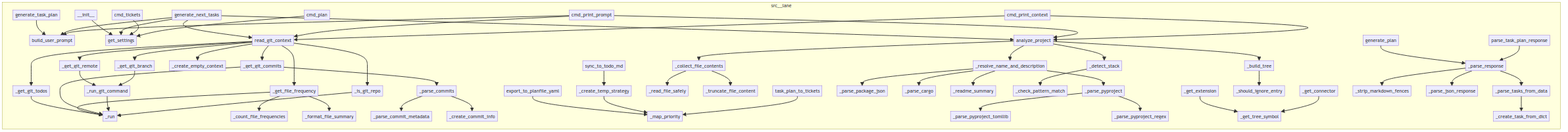
The Mermaid diagram project/calls.png in semcod/nxdo, before a commit. Its source is kept beside it as project/calls.mmd.
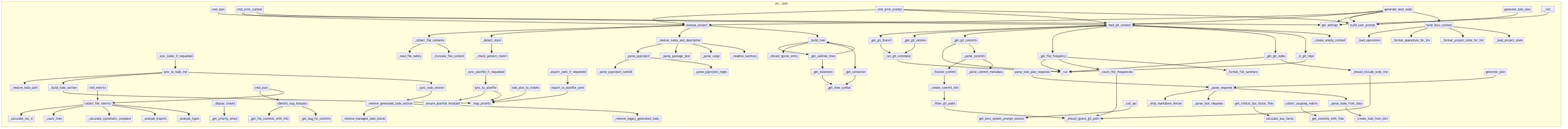
The same file after the commit.

Diff of the diagram source:
```diff
@@ -1,59 +1,97 @@
 flowchart LR
     subgraph src__lane
+        src__lane__providers__openai_compat___parse_tasks_from_data["_parse_tasks_from_data"]
+        src__lane__git_reader___should_include_todo_line["_should_include_todo_line"]
+        src__lane__metrics__coupling__collect_coupling_matrix["collect_coupling_matrix"]
+        src__lane__llm_client__OpenAICompatibleLLMClient__generate_task_plan["generate_task_plan"]
+        src__lane__koru_context__build_koru_context["build_koru_context"]
+        src__lane__git_reader___create_empty_context["_create_empty_context"]
+        src__lane__ticket_generator___remove_generated_todo_sections["_remove_generated_todo_section"]
+        src__lane__metrics__complexity___count_lines["_count_lines"]
+        src__lane__project_analyzer___check_pattern_match["_check_pattern_match"]
+        src__lane__project_analyzer___truncate_file_content["_truncate_file_content"]
+        src__lane__metrics__complexity___calculate_fan_in["_calculate_fan_in"]
+        src__lane__project_analyzer___parse_cargo["_parse_cargo"]
+        src__lane__providers__openai_compat___create_task_from_dict["_create_task_from_dict"]
         src__lane__llm_client__build_user_prompt["build_user_prompt"]
+        src__lane__ticket_generator__sync_to_todo_md["sync_to_todo_md"]
+        src__lane__cli___export_yaml_if_requested["_export_yaml_if_requested"]
+        src__lane__cli__cmd_auto["cmd_auto"]
+        src__lane__ticket_generator___ensure_planfile_installed["_ensure_planfile_installed"]
+        src__lane__project_analyzer___detect_stack["_detect_stack"]
         src__lane__project_analyzer___parse_pyproject_tomllib["_parse_pyproject_tomllib"]
+        src__lane__providers__openai_compat___strip_markdown_fences["_strip_markdown_fences"]
+        src__lane__project_analyzer__analyze_project["analyze_project"]
+        src__lane__cli___sync_todos_if_requested["_sync_todos_if_requested"]
         src__lane__git_reader___is_git_repo["_is_git_repo"]
+        src__lane__ticket_generator___resolve_todo_path["_resolve_todo_path"]
+        src__lane__koru_context___format_project_state_for_llm["_format_project_state_for_llm"]
+        src__lane__providers__openai_compat___parse_json_response["_parse_json_response"]
+        src__lane__git_reader___parse_commit_metadata["_parse_commit_metadata"]
+        src__lane__git_reader___count_file_frequencies["_count_file_frequencies"]
+        src__lane__planner__generate_next_tasks["generate_next_tasks"]
+        src__lane__koru_context___load_operations["_load_operations"]
+        src__lane__providers__openai_compat__OpenAICompatProvider____init__["__init__"]
+        src__lane__ticket_generator___remove_legacy_generated_todo_sections["_remove_legacy_generated_todo_"]
+        src__lane__metrics__hotspots___get_bug_fix_commits["_get_bug_fix_commits"]
+        src__lane__providers__openai_compat___parse_response["_parse_response"]
+        src__lane__git_reader___format_file_summary["_format_file_summary"]
+        src__lane__cli___sync_planfile_if_requested["_sync_planfile_if_requested"]
+        src__lane__koru_context__get_koru_system_prompt_extension["get_koru_system_prompt_extensi"]
+        src__lane__project_analyzer___collect_file_contents["_collect_file_contents"]
+        src__lane__project_analyzer___parse_package_json["_parse_package_json"]
+        src__lane__git_reader___create_commit_info["_create_commit_info"]
+        src__lane__git_reader___get_git_remote["_get_git_remote"]
+        src__lane__cli___get_priority_emoji["_get_priority_emoji"]
+        src__lane__metrics__complexity___analyze_types["_analyze_types"]
+        src__lane__cli__cmd_metrics["cmd_metrics"]
+        src__lane__ticket_generator__sync_to_planfile["sync_to_planfile"]
+        src__lane__metrics__complexity___calculate_cyclomatic_complexity["_calculate_cyclomatic_complexi"]
+        src__lane__metrics__complexity__collect_file_metrics["collect_file_metrics"]
+        src__lane__git_reader___parse_commits["_parse_commits"]
+        src__lane__git_reader___finalize_commit["_finalize_commit"]
+        src__lane__git_reader___get_git_todos["_get_git_todos"]
+        src__lane__metrics__hotspots__calculate_bus_factor["calculate_bus_factor"]
+        src__lane__ticket_generator__task_plan_to_tickets["task_plan_to_tickets"]
+        src__lane__project_analyzer___resolve_name_and_description["_resolve_name_and_description"]
+        src__lane__project_analyzer___get_tree_symbol["_get_tree_symbol"]
+        src__lane__project_analyzer___get_connector["_get_connector"]
+        src__lane__project_analyzer___read_file_safely["_read_file_safely"]
+        src__lane__project_analyzer___get_extension["_get_extension"]
+        src__lane__project_analyzer___should_ignore_entry["_should_ignore_entry"]
+        src__lane__metrics__hotspots__get_critical_bus_factor_files["get_critical_bus_factor_files"]
+        src__lane__metrics__hotspots___get_file_commits_with_info["_get_file_commits_with_info"]
+        src__lane__git_reader___get_git_commits["_get_git_commits"]
+        src__lane__koru_context___load_project_state["_load_project_state"]
+        src__lane__cli__cmd_print_context["cmd_print_context"]
+        src__lane__llm_client__parse_task_plan_response["parse_task_plan_response"]
+        src__lane__metrics__complexity___analyze_imports["_analyze_imports"]
+        src__lane__git_reader___should_ignore_git_path["_should_ignore_git_path"]
+        src__lane__cli___display_tickets["_display_tickets"]
+        src__lane__config__get_settings["get_settings"]
+        src__lane__cli__cmd_plan["cmd_plan"]
+        src__lane__ticket_generator___sync_todo_section["_sync_todo_section"]
+        src__lane__project_analyzer___parse_pyproject["_parse_pyproject"]
+        src__lane__ticket_generator___remove_managed_todo_blocks["_remove_managed_todo_blocks"]
+        src__lane__git_reader___run["_run"]
+        src__lane__koru_context___format_operations_for_llm["_format_operations_for_llm"]
+        src__lane__git_reader___filter_git_paths["_filter_git_paths"]
+        src__lane__git_reader___get_git_branch["_get_git_branch"]
+        src__lane__project_analyzer___get_subtree_lines["_get_subtree_lines"]
+        src__lane__git_reader__read_git_context["read_git_context"]
+        src__lane__ticket_generator___map_priority["_map_priority"]
+        src__lane__providers__openai_compat__OpenAICompatProvider__generate_plan["generate_plan"]
+        src__lane__project_analyzer___parse_pyproject_regex["_parse_pyproject_regex"]
+        src__lane__providers__openai_compat__OpenAICompatProvider___call_api["_call_api"]
         src__lane__project_analyzer___build_tree["_build_tree"]
-        src__lane__project_analyzer__analyze_project["analyze_project"]
-        src__lane__git_reader___run["_run"]
-        src__lane__git_reader___get_git_commits["_get_git_commits"]
+        src__lane__git_reader___run_git_command["_run_git_command"]
+        src__lane__project_analyzer___readme_summary["_readme_summary"]
+        src__lane__git_reader___get_file_frequency["_get_file_frequency"]
+        src__lane__ticket_generator___build_todo_section["_build_todo_section"]
+        src__lane__cli__cmd_print_prompt["cmd_print_prompt"]
         src__lane__ticket_generator__export_to_planfile_yaml["export_to_planfile_yaml"]
-        src__lane__providers__openai_compat__OpenAICompatProvider__generate_plan["generate_plan"]
-        src__lane__project_analyzer___get_tree_symbol["_get_tree_symbol"]
-        src__lane__providers__openai_compat__OpenAICompatProvider____init__["__init__"]
-        src__lane__project_analyzer___detect_stack["_detect_stack"]
-        src__lane__providers__openai_compat___strip_markdown_fences["_strip_markdown_fences"]
-        src__lane__ticket_generator__task_plan_to_tickets["task_plan_to_tickets"]
-        src__lane__cli__cmd_print_context["cmd_print_context"]
-        src__lane__cli__cmd_plan["cmd_plan"]
-        src__lane__planner__generate_next_tasks["generate_next_tasks"]
-        src__lane__git_reader___get_git_todos["_get_git_todos"]
-        src__lane__ticket_generator__sync_to_todo_md["sync_to_todo_md"]
-        src__lane__project_analyzer___readme_summary["_readme_summary"]
-        src__lane__config__get_settings["get_settings"]
-        src__lane__git_reader___get_file_frequency["_get_file_frequency"]
-        src__lane__project_analyzer___parse_pyproject["_parse_pyproject"]
-        src__lane__providers__openai_compat___create_task_from_dict["_create_task_from_dict"]
-        src__lane__providers__openai_compat___parse_response["_parse_response"]
-        src__lane__project_analyzer___read_file_safely["_read_file_safely"]
-        src__lane__project_analyzer___parse_cargo["_parse_cargo"]
-        src__lane__project_analyzer___check_pattern_match["_check_pattern_match"]
-        src__lane__ticket_generator___map_priority["_map_priority"]
-        src__lane__project_analyzer___truncate_file_content["_truncate_file_content"]
-        src__lane__project_analyzer___resolve_name_and_description["_resolve_name_and_description"]
-        src__lane__project_analyzer___collect_file_contents["_collect_file_contents"]
-        src__lane__git_reader___format_file_summary["_format_file_summary"]
-        src__lane__git_reader___parse_commits["_parse_commits"]
-        src__lane__project_analyzer___should_ignore_entry["_should_ignore_entry"]
-        src__lane__git_reader___get_git_remote["_get_git_remote"]
-        src__lane__project_analyzer___get_extension["_get_extension"]
-        src__lane__git_reader___create_commit_info["_create_commit_info"]
-        src__lane__cli__cmd_print_prompt["cmd_print_prompt"]
-        src__lane__project_analyzer___parse_package_json["_parse_package_json"]
-        src__lane__cli__cmd_tickets["cmd_tickets"]
-        src__lane__git_reader___run_git_command["_run_git_command"]
-        src__lane__git_reader___count_file_frequencies["_count_file_frequencies"]
-        src__lane__providers__openai_compat___parse_json_response["_parse_json_response"]
-        src__lane__llm_client__OpenAICompatibleLLMClient__generate_task_plan["generate_task_plan"]
-        src__lane__llm_client__parse_task_plan_response["parse_task_plan_response"]
-        src__lane__git_reader___create_empty_context["_create_empty_context"]
-        src__lane__project_analyzer___get_connector["_get_connector"]
-        src__lane__git_reader___get_git_branch["_get_git_branch"]
-        src__lane__git_reader___parse_commit_metadata["_parse_commit_metadata"]
-        src__lane__project_analyzer___parse_pyproject_regex["_parse_pyproject_regex"]
-        src__lane__ticket_generator___create_temp_strategy["_create_temp_strategy"]
-        src__lane__git_reader__read_git_context["read_git_context"]
-        src__lane__providers__openai_compat___parse_tasks_from_data["_parse_tasks_from_data"]
+        src__lane__metrics__coupling___get_commits_with_files["_get_commits_with_files"]
+        src__lane__metrics__hotspots__identify_bug_hotspots["identify_bug_hotspots"]
     end
     src__lane__cli__cmd_plan --> src__lane__config__get_settings
     src__lane__cli__cmd_print_context --> src__lane__project_analyzer__analyze_project
@@ -61,17 +99,25 @@
     src__lane__cli__cmd_print_prompt --> src__lane__project_analyzer__analyze_project
     src__lane__cli__cmd_print_prompt --> src__lane__git_reader__read_git_context
     src__lane__cli__cmd_print_prompt --> src__lane__llm_client__build_user_prompt
-    src__lane__cli__cmd_tickets --> src__lane__config__get_settings
+    src__lane__cli___sync_todos_if_requested --> src__lane__ticket_generator__sync_to_todo_md
+    src__lane__cli___sync_planfile_if_requested --> src__lane__ticket_generator__sync_to_planfile
+    src__lane__cli___export_yaml_if_requested --> src__lane__ticket_generator__export_to_planfile_yaml
+    src__lane__cli___display_tickets --> src__lane__cli___get_priority_emoji
+    src__lane__cli__cmd_metrics --> src__lane__metrics__complexity__collect_file_metrics
+    src__lane__cli__cmd_auto --> src__lane__metrics__hotspots__identify_bug_hotspots
+    src__lane__cli__cmd_auto --> src__lane__metrics__complexity__collect_file_metrics
     src__lane__git_reader___is_git_repo --> src__lane__git_reader___run
     src__lane__git_reader___run_git_command --> src__lane__git_reader___run
     src__lane__git_reader___get_git_branch --> src__lane__git_reader___run_git_command
     src__lane__git_reader___get_git_remote --> src__lane__git_reader___run_git_command
     src__lane__git_reader___get_git_commits --> src__lane__git_reader___run
     src__lane__git_reader___get_git_commits --> src__lane__git_reader___parse_commits
+    src__lane__git_reader___count_file_frequencies --> src__lane__git_reader___should_ignore_git_path
     src__lane__git_reader___get_file_frequency --> src__lane__git_reader___run
     src__lane__git_reader___get_file_frequency --> src__lane__git_reader___count_file_frequencies
     src__lane__git_reader___get_file_frequency --> src__lane__git_reader___format_file_summary
     src__lane__git_reader___get_git_todos --> src__lane__git_reader___run
+    src__lane__git_reader___get_git_todos --> src__lane__git_reader___should_include_todo_line
     src__lane__git_reader__read_git_context --> src__lane__git_reader___get_git_branch
     src__lane__git_reader__read_git_context --> src__lane__git_reader___get_git_remote
     src__lane__git_reader__read_git_context --> src__lane__git_reader___get_git_commits
@@ -79,17 +125,33 @@
     src__lane__git_reader__read_git_context --> src__lane__git_reader___get_git_todos
     src__lane__git_reader__read_git_context --> src__lane__git_reader___is_git_repo
     src__lane__git_reader__read_git_context --> src__lane__git_reader___create_empty_context
+    src__lane__git_reader___create_commit_info --> src__lane__git_reader___filter_git_paths
+    src__lane__git_reader___finalize_commit --> src__lane__git_reader___create_commit_info
+    src__lane__git_reader___parse_commits --> src__lane__git_reader___finalize_commit
     src__lane__git_reader___parse_commits --> src__lane__git_reader___parse_commit_metadata
-    src__lane__git_reader___parse_commits --> src__lane__git_reader___create_commit_info
+    src__lane__git_reader___filter_git_paths --> src__lane__git_reader___should_ignore_git_path
+    src__lane__git_reader___should_include_todo_line --> src__lane__git_reader___should_ignore_git_path
     src__lane__planner__generate_next_tasks --> src__lane__project_analyzer__analyze_project
     src__lane__planner__generate_next_tasks --> src__lane__git_reader__read_git_context
     src__lane__planner__generate_next_tasks --> src__lane__llm_client__build_user_prompt
     src__lane__planner__generate_next_tasks --> src__lane__config__get_settings
+    src__lane__planner__generate_next_tasks --> src__lane__koru_context__build_koru_context
     src__lane__llm_client__parse_task_plan_response --> src__lane__providers__openai_compat___parse_response
     src__lane__llm_client__OpenAICompatibleLLMClient__generate_task_plan --> src__lane__llm_client__build_user_prompt
+    src__lane__koru_context__build_koru_context --> src__lane__koru_context___load_operations
+    src__lane__koru_context__build_koru_context --> src__lane__koru_context___format_operations_for_llm
+    src__lane__koru_context__build_koru_context --> src__lane__koru_context___format_project_state_for_llm
+    src__lane__koru_context__build_koru_context --> src__lane__koru_context___load_project_state
     src__lane__ticket_generator__task_plan_to_tickets --> src__lane__ticket_generator___map_priority
-    src__lane__ticket_generator__sync_to_todo_md --> src__lane__ticket_generator___create_temp_strategy
-    src__lane__ticket_generator___create_temp_strategy --> src__lane__ticket_generator___map_priority
+    src__lane__ticket_generator__sync_to_todo_md --> src__lane__ticket_generator___resolve_todo_path
+    src__lane__ticket_generator__sync_to_todo_md --> src__lane__ticket_generator___build_todo_section
+    src__lane__ticket_generator__sync_to_todo_md --> src__lane__ticket_generator___sync_todo_section
+    src__lane__ticket_generator___build_todo_section --> src__lane__ticket_generator___map_priority
+    src__lane__ticket_generator___sync_todo_section --> src__lane__ticket_generator___remove_generated_todo_sections
+    src__lane__ticket_generator___remove_generated_todo_sections --> src__lane__ticket_generator___remove_managed_todo_blocks
+    src__lane__ticket_generator___remove_generated_todo_sections --> src__lane__ticket_generator___remove_legacy_generated_todo_sections
+    src__lane__ticket_generator__sync_to_planfile --> src__lane__ticket_generator___ensure_planfile_installed
+    src__lane__ticket_generator__sync_to_planfile --> src__lane__ticket_generator___map_priority
     src__lane__ticket_generator__export_to_planfile_yaml --> src__lane__ticket_generator___map_priority
     src__lane__project_analyzer___collect_file_contents --> src__lane__project_analyzer___read_file_safely
     src__lane__project_analyzer___collect_file_contents --> src__lane__project_analyzer___truncate_file_content
@@ -106,10 +168,24 @@
     src__lane__project_analyzer___parse_pyproject --> src__lane__project_analyzer___parse_pyproject_regex
     src__lane__project_analyzer___get_connector --> src__lane__project_analyzer___get_tree_symbol
     src__lane__project_analyzer___get_extension --> src__lane__project_analyzer___get_tree_symbol
+    src__lane__project_analyzer___get_subtree_lines --> src__lane__project_analyzer___build_tree
+    src__lane__project_analyzer___get_subtree_lines --> src__lane__project_analyzer___get_extension
+    src__lane__project_analyzer___build_tree --> src__lane__project_analyzer___get_subtree_lines
     src__lane__project_analyzer___build_tree --> src__lane__project_analyzer___should_ignore_entry
+    src__lane__project_analyzer___build_tree --> src__lane__project_analyzer___get_connector
     src__lane__providers__openai_compat__OpenAICompatProvider____init__ --> src__lane__config__get_settings
     src__lane__providers__openai_compat__OpenAICompatProvider__generate_plan --> src__lane__providers__openai_compat___parse_response
+    src__lane__providers__openai_compat__OpenAICompatProvider___call_api --> src__lane__koru_context__get_koru_system_prompt_extension
     src__lane__providers__openai_compat___parse_tasks_from_data --> src__lane__providers__openai_compat___create_task_from_dict
     src__lane__providers__openai_compat___parse_response --> src__lane__providers__openai_compat___strip_markdown_fences
     src__lane__providers__openai_compat___parse_response --> src__lane__providers__openai_compat___parse_json_response
     src__lane__providers__openai_compat___parse_response --> src__lane__providers__openai_compat___parse_tasks_from_data
+    src__lane__metrics__complexity__collect_file_metrics --> src__lane__metrics__complexity___calculate_fan_in
+    src__lane__metrics__complexity__collect_file_metrics --> src__lane__metrics__complexity___count_lines
+    src__lane__metrics__complexity__collect_file_metrics --> src__lane__metrics__complexity___calculate_cyclomatic_complexity
+    src__lane__metrics__complexity__collect_file_metrics --> src__lane__metrics__complexity___analyze_imports
+    src__lane__metrics__complexity__collect_file_metrics --> src__lane__metrics__complexity___analyze_types
+    src__lane__metrics__hotspots__identify_bug_hotspots --> src__lane__metrics__hotspots___get_file_commits_with_info
+    src__lane__metrics__hotspots__identify_bug_hotspots --> src__lane__metrics__hotspots___get_bug_fix_commits
+    src__lane__metrics__hotspots__get_critical_bus_factor_files --> src__lane__metrics__hotspots__calculate_bus_factor
+    src__lane__metrics__coupling__collect_coupling_matrix --> src__lane__metrics__coupling___get_commits_with_files
```
